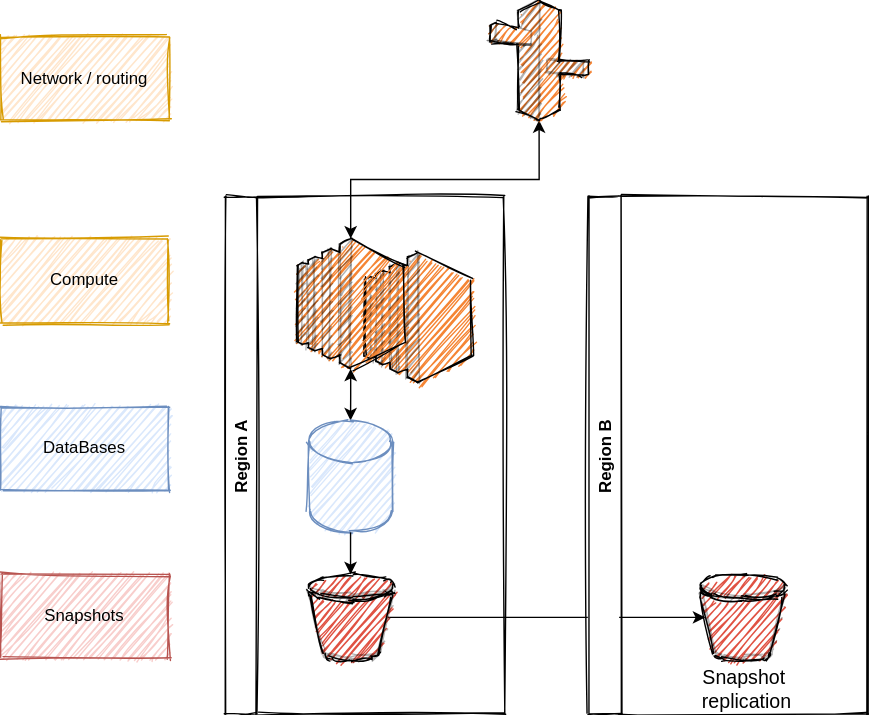
Before: choas_engineering/active-passive.drawio.svg, a diagram exported from draw.io (xNok/devops-lean-6sigma-toolbox). Source tidied: cells renumbered, new cells last; positions are measured from the earlier drawing's top-left corner, leaving out a move shared by most shapes.
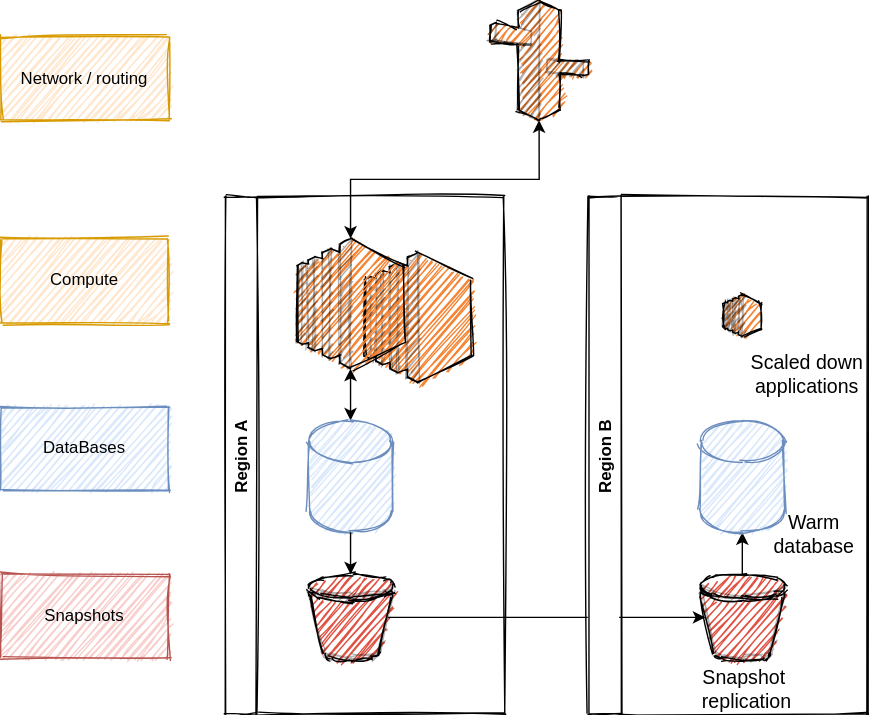
Above is the later version.

Change to the diagram source:
```diff
@@ -40,9 +40,26 @@
     <mxCell id="13" value="Region B" style="swimlane;horizontal=0;sketch=1;glass=0;" parent="1" vertex="1">
       <mxGeometry x="420" y="140" width="200" height="370" as="geometry" />
     </mxCell>
+    <mxCell id="19" style="edgeStyle=orthogonalEdgeStyle;rounded=0;jettySize=auto;html=1;exitX=0.5;exitY=0;exitDx=0;exitDy=0;exitPerimeter=0;entryX=0.5;entryY=1;entryDx=0;entryDy=0;entryPerimeter=0;startArrow=none;startFill=0;endArrow=classic;endFill=1;" parent="13" edge="1" source="14" target="23">
+      <mxGeometry relative="1" as="geometry" />
+    </mxCell>
     <mxCell id="14" style="outlineConnect=0;dashed=0;verticalLabelPosition=bottom;verticalAlign=top;align=center;html=1;shape=mxgraph.aws3.bucket;fillColor=#E05243;gradientColor=none;sketch=1;" parent="13" vertex="1">
       <mxGeometry x="80" y="270" width="60" height="61.5" as="geometry" />
     </mxCell>
+    <mxCell id="20" style="dashed=0;verticalLabelPosition=bottom;verticalAlign=top;align=center;html=1;shape=mxgraph.aws3.ec2;fillColor=#F58534;gradientColor=none;sketch=1;" parent="13" vertex="1">
+      <mxGeometry x="96.8" y="70" width="26.5" height="30" as="geometry" />
+    </mxCell>
+    <mxCell id="21" value="&lt;span style=&quot;font-size: 14px&quot;&gt;Warm &lt;br&gt;database&lt;/span&gt;" style="edgeLabel;html=1;align=center;verticalAlign=middle;" parent="13" vertex="1">
+      <mxGeometry x="160" y="240" as="geometry" />
+    </mxCell>
+    <mxCell id="22" value="&lt;span style=&quot;font-size: 14px&quot;&gt;Scaled down &lt;br&gt;applications&lt;/span&gt;" style="edgeLabel;html=1;align=center;verticalAlign=middle;" parent="13" vertex="1">
+      <mxGeometry x="150" y="120" as="geometry">
+        <mxPoint x="5" y="6" as="offset" />
+      </mxGeometry>
+    </mxCell>
+    <mxCell id="23" style="shape=cylinder3;whiteSpace=wrap;html=1;boundedLbl=1;backgroundOutline=1;size=15;sketch=1;fillColor=#dae8fc;strokeColor=#6c8ebf;" parent="13" vertex="1">
+      <mxGeometry x="80" y="160" width="60" height="80" as="geometry" />
+    </mxCell>
     <mxCell id="15" style="edgeStyle=orthogonalEdgeStyle;rounded=0;jettySize=auto;html=1;exitX=0.5;exitY=1;exitDx=0;exitDy=0;exitPerimeter=0;startArrow=classic;startFill=1;" parent="1" edge="1" source="16" target="17">
       <mxGeometry relative="1" as="geometry" />
     </mxCell>
```
